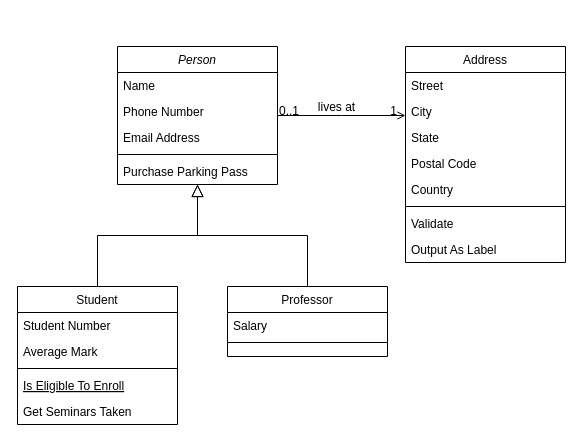
This is Untitled Diagram.drawio from Sunny599/Scu-Huadi-trainning-project, a draw.io file, before an edit. Source tidied: cells renumbered, new cells numbered last; positions are measured from the earlier drawing's top-left corner, leaving out a move shared by most shapes. Both pictures are drawn from the tidied source at 100%, with x=0, y=0 at pixel (17, 46).
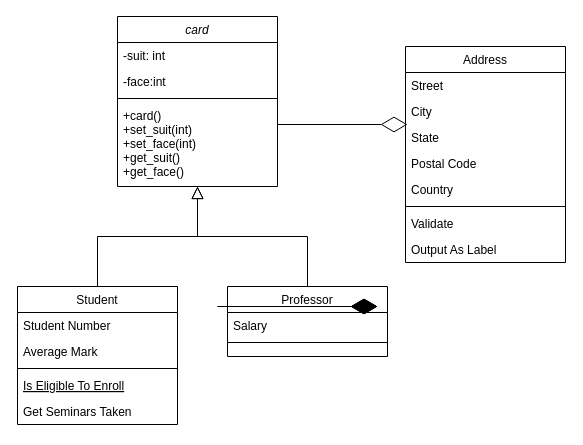
The same diagram, later.

The change refers to these unchanged cells:
```xml
<mxCell id="19" value="Address" style="swimlane;fontStyle=0;align=center;verticalAlign=top;horizontal=1;startSize=26;rounded=0;shadow=0;strokeWidth=1;" parent="1" vertex="1">
  <mxGeometry x="388" width="160" height="216" as="geometry" />
</mxCell>
```

The edit, as a diff of the source:
```diff
@@
-    <mxCell id="2" value="Person" style="swimlane;fontStyle=2;align=center;verticalAlign=top;horizontal=1;startSize=26;rounded=0;shadow=0;strokeWidth=1;" parent="1" vertex="1">
-      <mxGeometry x="100" width="160" height="138" as="geometry" />
+    <mxCell id="2" value="card" style="swimlane;fontStyle=2;align=center;verticalAlign=top;horizontal=1;startSize=26;rounded=0;shadow=0;strokeWidth=1;" parent="1" vertex="1">
+      <mxGeometry x="100" y="-30" width="160" height="170" as="geometry" />
     </mxCell>
-    <mxCell id="3" value="Name" style="text;align=left;verticalAlign=top;spacingLeft=4;spacingRight=4;overflow=hidden;" parent="2" vertex="1">
+    <mxCell id="3" value="-suit: int" style="text;align=left;verticalAlign=top;spacingLeft=4;spacingRight=4;overflow=hidden;" parent="2" vertex="1">
       <mxGeometry y="26" width="160" height="26" as="geometry" />
     </mxCell>
-    <mxCell id="4" value="Phone Number" style="text;align=left;verticalAlign=top;spacingLeft=4;spacingRight=4;overflow=hidden;rounded=0;shadow=0;html=0;" parent="2" vertex="1">
+    <mxCell id="4" value="-face:int" style="text;align=left;verticalAlign=top;spacingLeft=4;spacingRight=4;overflow=hidden;rounded=0;shadow=0;html=0;" parent="2" vertex="1">
       <mxGeometry y="52" width="160" height="26" as="geometry" />
     </mxCell>
-    <mxCell id="5" value="Email Address" style="text;align=left;verticalAlign=top;spacingLeft=4;spacingRight=4;overflow=hidden;rounded=0;shadow=0;html=0;" parent="2" vertex="1">
-      <mxGeometry y="78" width="160" height="26" as="geometry" />
-    </mxCell>
     <mxCell id="6" style="line;html=1;strokeWidth=1;align=left;verticalAlign=middle;spacingTop=-1;spacingLeft=3;spacingRight=3;labelPosition=right;" parent="2" vertex="1">
-      <mxGeometry y="104" width="160" height="8" as="geometry" />
+      <mxGeometry y="78" width="160" height="8" as="geometry" />
     </mxCell>
-    <mxCell id="7" value="Purchase Parking Pass" style="text;align=left;verticalAlign=top;spacingLeft=4;spacingRight=4;overflow=hidden;" parent="2" vertex="1">
-      <mxGeometry y="112" width="160" height="26" as="geometry" />
+    <mxCell id="7" value="+card()&#10;+set_suit(int)&#10;+set_face(int)&#10;+get_suit()&#10;+get_face()" style="text;align=left;verticalAlign=top;spacingLeft=4;spacingRight=4;overflow=hidden;" parent="2" vertex="1">
+      <mxGeometry y="86" width="160" height="84" as="geometry" />
     </mxCell>
@@
-    <mxCell id="28" style="endArrow=open;shadow=0;strokeWidth=1;rounded=0;endFill=1;edgeStyle=elbowEdgeStyle;elbow=vertical;" parent="1" edge="1" source="2" target="19">
-      <mxGeometry x="0.5" y="41" relative="1" as="geometry">
-        <mxPoint x="-40" y="32" as="offset" />
-      </mxGeometry>
-    </mxCell>
-    <mxCell id="29" value="0..1" style="align=left;verticalAlign=bottom;labelBackgroundColor=none;fontSize=12;" parent="28" vertex="1">
-      <mxGeometry x="-1" relative="1" as="geometry">
-        <mxPoint y="4" as="offset" />
-      </mxGeometry>
-    </mxCell>
-    <mxCell id="30" value="1" style="align=right;verticalAlign=bottom;labelBackgroundColor=none;fontSize=12;" parent="28" vertex="1">
-      <mxGeometry x="1" relative="1" as="geometry">
-        <mxPoint x="-7" y="4" as="offset" />
-      </mxGeometry>
-    </mxCell>
-    <mxCell id="31" value="lives at" style="text;html=1;align=center;verticalAlign=middle;labelBackgroundColor=none;rounded=0;shadow=0;strokeWidth=1;fontSize=12;" parent="28" vertex="1">
-      <mxGeometry x="0.5" y="49" relative="1" as="geometry">
-        <mxPoint x="-38" y="40" as="offset" />
-      </mxGeometry>
-    </mxCell>
+    <mxCell id="32" style="endArrow=diamondThin;endFill=1;endSize=24;html=1;" parent="1" edge="1">
+      <mxGeometry relative="1" as="geometry">
+        <mxPoint x="200" y="260" as="sourcePoint" />
+        <mxPoint x="360" y="260" as="targetPoint" />
+      </mxGeometry>
+    </mxCell>
+    <mxCell id="33" style="endArrow=diamondThin;endFill=1;endSize=24;html=1;" parent="1" edge="1">
+      <mxGeometry relative="1" as="geometry">
+        <mxPoint x="200" y="260" as="sourcePoint" />
+        <mxPoint x="360" y="260" as="targetPoint" />
+      </mxGeometry>
+    </mxCell>
+    <mxCell id="34" style="endArrow=diamondThin;endFill=0;endSize=24;html=1;" parent="1" edge="1">
+      <mxGeometry relative="1" as="geometry">
+        <mxPoint x="260" y="78" as="sourcePoint" />
+        <mxPoint x="390" y="78" as="targetPoint" />
+      </mxGeometry>
+    </mxCell>
```
